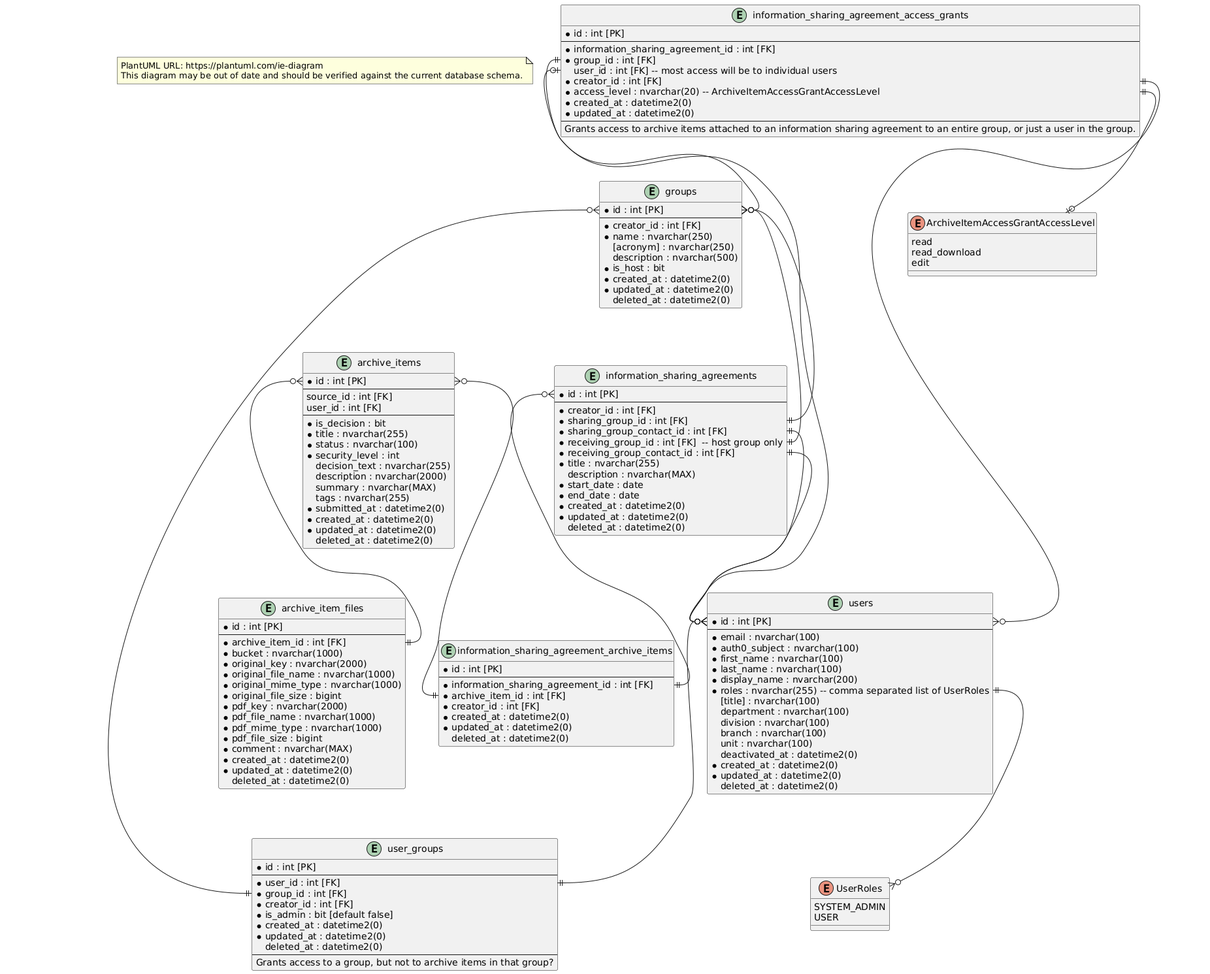
Earlier version of the PlantUML export _Design/Entity Relationship Diagram.png (ytgov/traditional-knowledge).
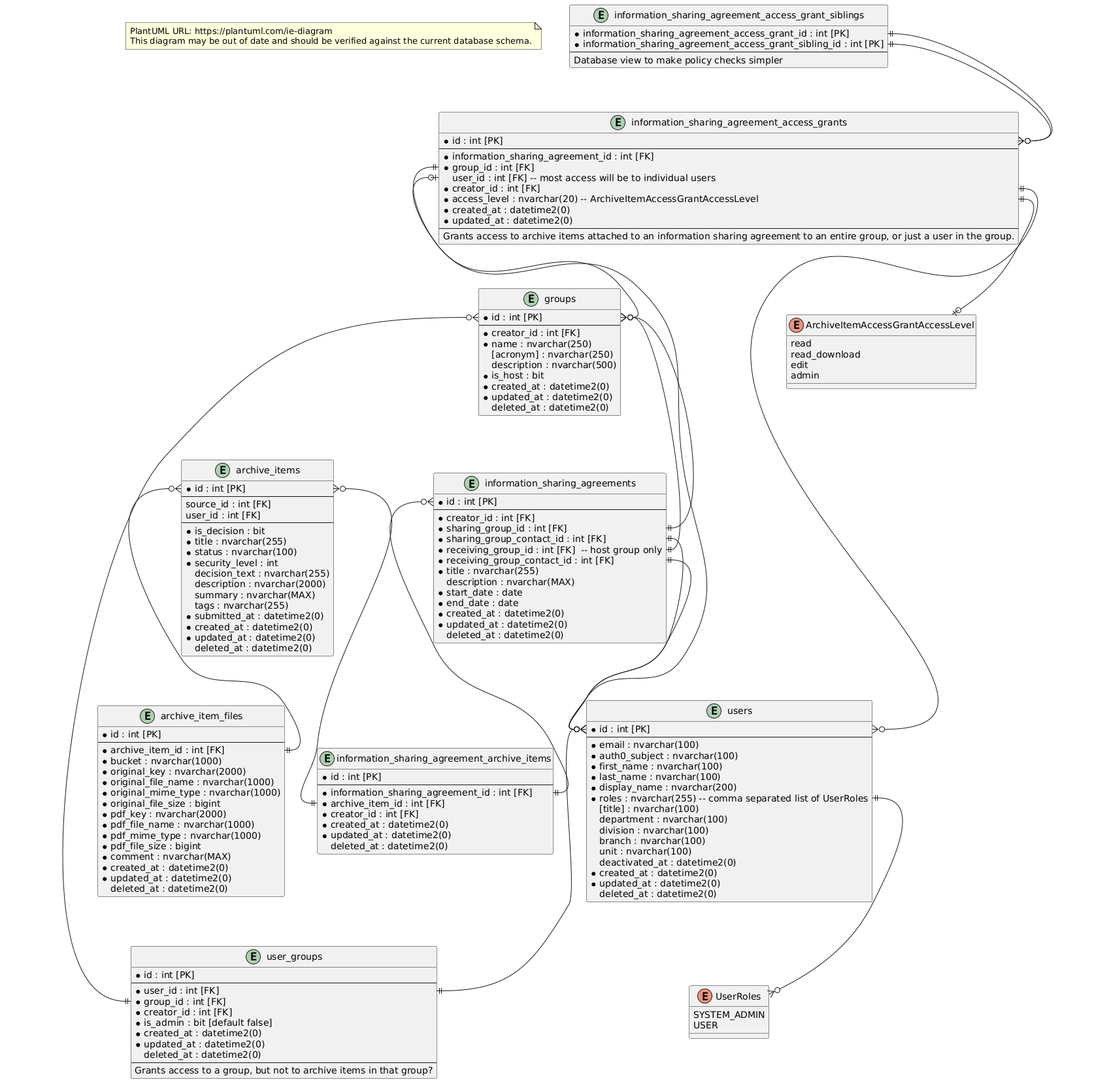
After the commit.

Commit message:
:tophat: Add information sharing agreement access grant siblings entity to entity relationship diagram

Change to the diagram source:
```diff
@@ -49,6 +49,7 @@
   read
   read_download
   edit
+  admin
 }
 
 entity "information_sharing_agreements" {
@@ -81,6 +82,14 @@
   --
   Grants access to archive items attached to an information sharing agreement to an entire group, or just a user in the group.
 }
+
+entity "information_sharing_agreement_access_grant_siblings" {
+  * information_sharing_agreement_access_grant_id : int [PK]
+  * information_sharing_agreement_access_grant_sibling_id : int [PK]
+  --
+  Database view to make policy checks simpler
+}
+
 
 entity "information_sharing_agreement_archive_items" {
   * id : int [PK]
@@ -157,6 +166,8 @@
 information_sharing_agreements::id }o--|| information_sharing_agreement_archive_items::information_sharing_agreement_id
 information_sharing_agreements::receiving_group_contact_id ||--o{ users::id
 information_sharing_agreements::sharing_group_contact_id ||--o{ users::id
+information_sharing_agreement_access_grant_siblings::information_sharing_agreement_access_grant_id ||--o{ information_sharing_agreement_access_grants::id
+information_sharing_agreement_access_grant_siblings::information_sharing_agreement_access_grant_sibling_id ||--o{ information_sharing_agreement_access_grants::id
 users::id }o--|| user_groups::user_id
 users::roles ||--o{ UserRoles
 @enduml
```
